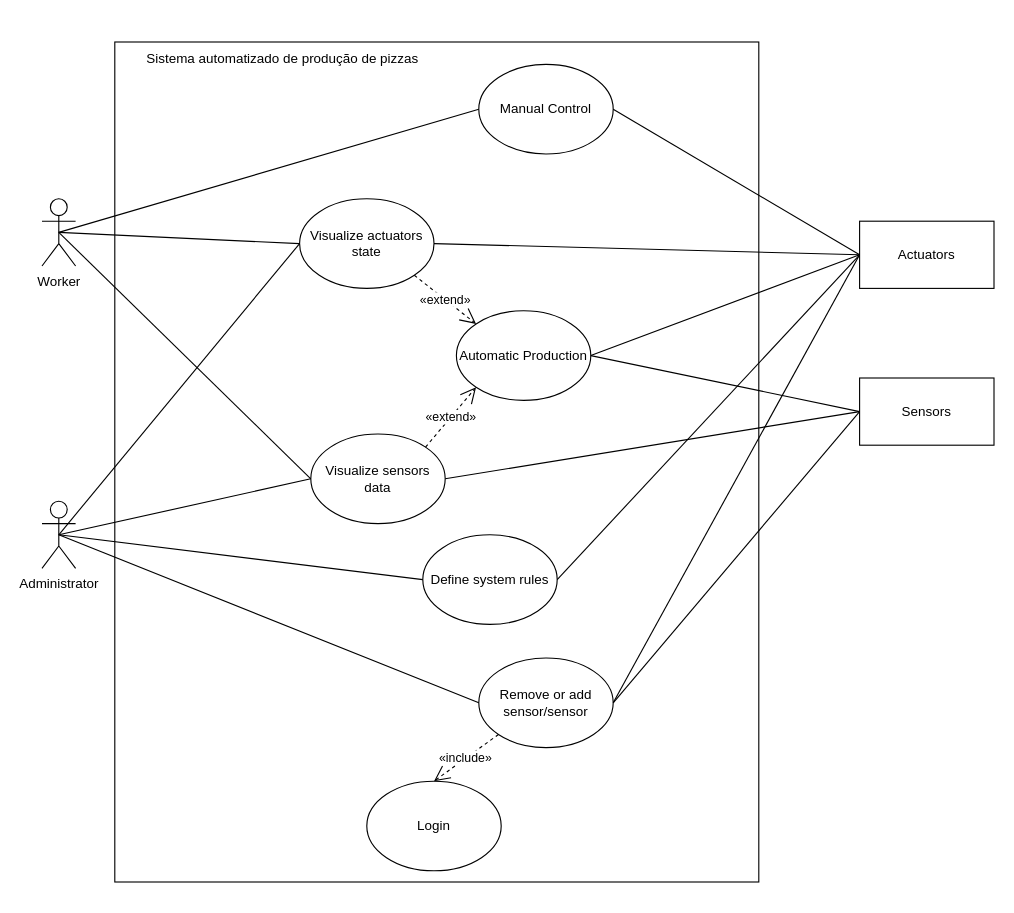
Earlier version of the draw.io diagram Documentation/UML Use Case Diagram.drawio (pedrosilva2703/SINF-FEUP). Source tidied: cells renumbered, new cells numbered last; positions are measured from the earlier drawing's top-left corner, leaving out a move shared by most shapes. Both pictures are drawn from the tidied source at 112%, with x=0, y=0 at pixel (41, 19).
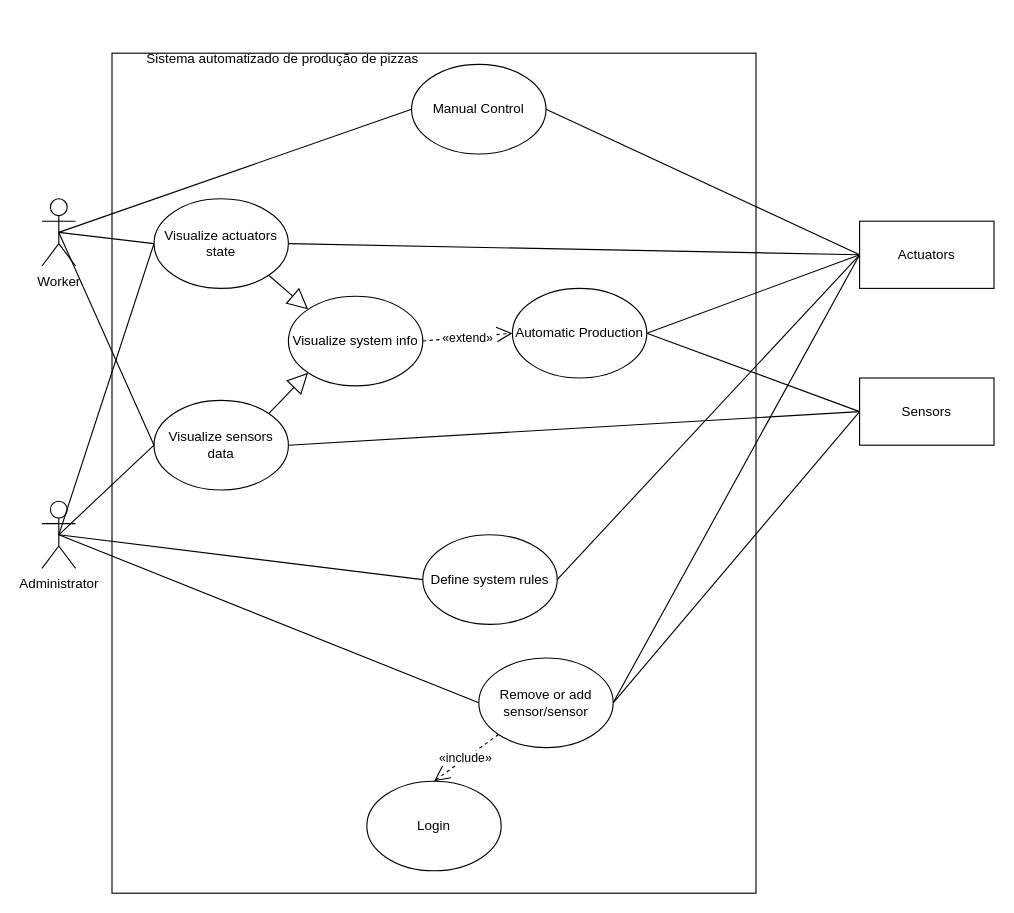
The same page after the edit.

The edit, as a diff of the source:
```diff
@@
     <mxCell id="2" style="rounded=0;whiteSpace=wrap;html=1;" parent="1" vertex="1">
-      <mxGeometry x="65" y="20" width="575" height="750" as="geometry" />
+      <mxGeometry x="62.5" y="30" width="575" height="750" as="geometry" />
     </mxCell>
@@
     <mxCell id="7" value="Manual Control" style="ellipse;whiteSpace=wrap;html=1;" parent="1" vertex="1">
-      <mxGeometry x="390" y="40" width="120" height="80" as="geometry" />
+      <mxGeometry x="330" y="40" width="120" height="80" as="geometry" />
     </mxCell>
@@
     <mxCell id="9" value="Visualize sensors data" style="ellipse;whiteSpace=wrap;html=1;" parent="1" vertex="1">
-      <mxGeometry x="240" y="370" width="120" height="80" as="geometry" />
+      <mxGeometry x="100" y="340" width="120" height="80" as="geometry" />
     </mxCell>
@@
     <mxCell id="21" value="Automatic Production" style="ellipse;whiteSpace=wrap;html=1;" parent="1" vertex="1">
-      <mxGeometry x="370" y="260" width="120" height="80" as="geometry" />
+      <mxGeometry x="420" y="240" width="120" height="80" as="geometry" />
     </mxCell>
@@
-    <mxCell id="24" value="«extend»" style="endArrow=open;endSize=12;dashed=1;html=1;entryX=0;entryY=1;entryDx=0;entryDy=0;exitX=1;exitY=0;exitDx=0;exitDy=0;" parent="1" edge="1" source="9" target="21">
-      <mxGeometry relative="1" as="geometry" />
-    </mxCell>
     <mxCell id="25" value="Visualize actuators state" style="ellipse;whiteSpace=wrap;html=1;" parent="1" vertex="1">
-      <mxGeometry x="230" y="160" width="120" height="80" as="geometry" />
+      <mxGeometry x="100" y="160" width="120" height="80" as="geometry" />
     </mxCell>
@@
-    <mxCell id="29" value="«extend»" style="endArrow=open;endSize=12;dashed=1;html=1;entryX=0;entryY=0;entryDx=0;entryDy=0;exitX=1;exitY=1;exitDx=0;exitDy=0;" parent="1" edge="1" source="25" target="21">
-      <mxGeometry relative="1" as="geometry" />
-    </mxCell>
@@
+    <mxCell id="33" value="Visualize system info" style="ellipse;whiteSpace=wrap;html=1;" parent="1" vertex="1">
+      <mxGeometry x="220" y="247" width="120" height="80" as="geometry" />
+    </mxCell>
+    <mxCell id="34" style="endArrow=block;endSize=16;endFill=0;html=1;entryX=0;entryY=0;entryDx=0;entryDy=0;exitX=1;exitY=1;exitDx=0;exitDy=0;" parent="1" edge="1" source="25" target="33">
+      <mxGeometry relative="1" as="geometry" />
+    </mxCell>
+    <mxCell id="35" style="endArrow=block;endSize=16;endFill=0;html=1;entryX=0;entryY=1;entryDx=0;entryDy=0;exitX=1;exitY=0;exitDx=0;exitDy=0;" parent="1" edge="1" source="9" target="33">
+      <mxGeometry relative="1" as="geometry" />
+    </mxCell>
+    <mxCell id="36" value="«extend»" style="endArrow=open;endSize=12;dashed=1;html=1;entryX=0;entryY=0.5;entryDx=0;entryDy=0;exitX=1;exitY=0.5;exitDx=0;exitDy=0;" parent="1" edge="1" source="33" target="21">
+      <mxGeometry relative="1" as="geometry" />
+    </mxCell>
```
